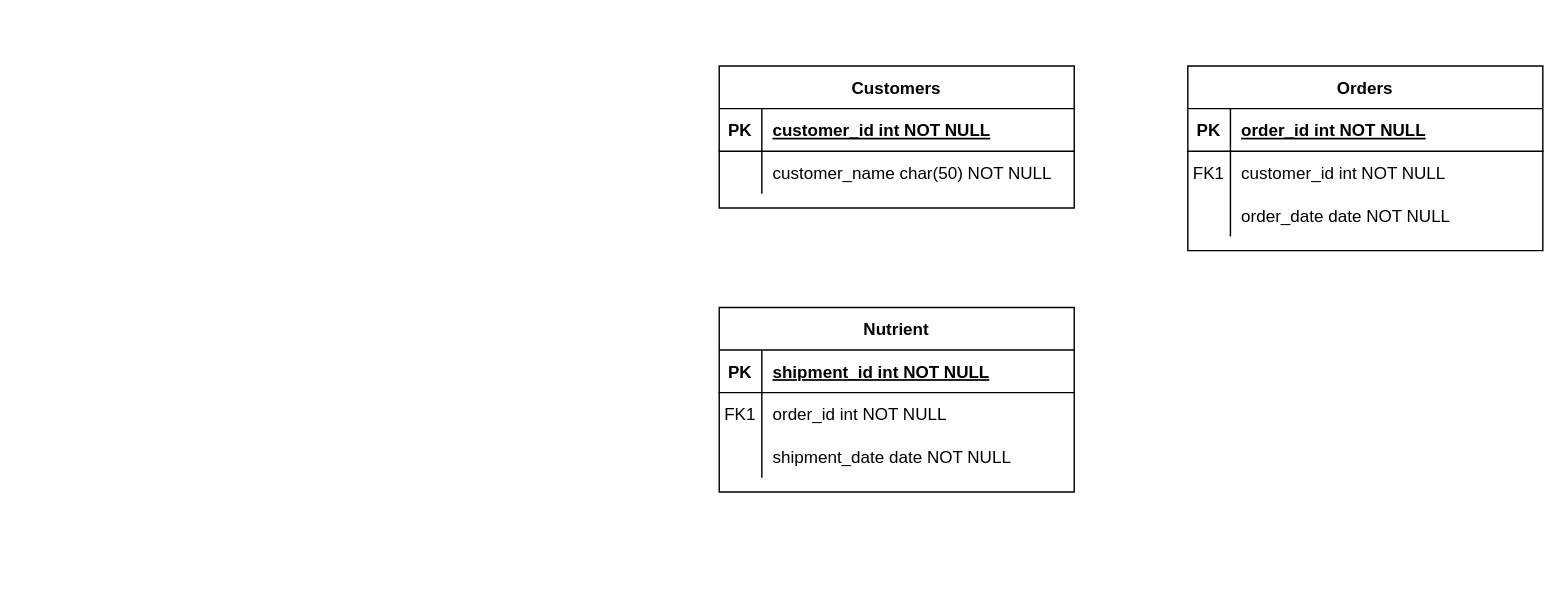
This is docs/Database Food.drawio from dod0lp/Food-Database, a draw.io file, before an edit. Source tidied: cells renumbered, new cells numbered last; positions are measured from the earlier drawing's top-left corner, leaving out a move shared by most shapes. Both pictures are drawn from the tidied source at 142%, with x=0, y=0 at pixel (719, 65).
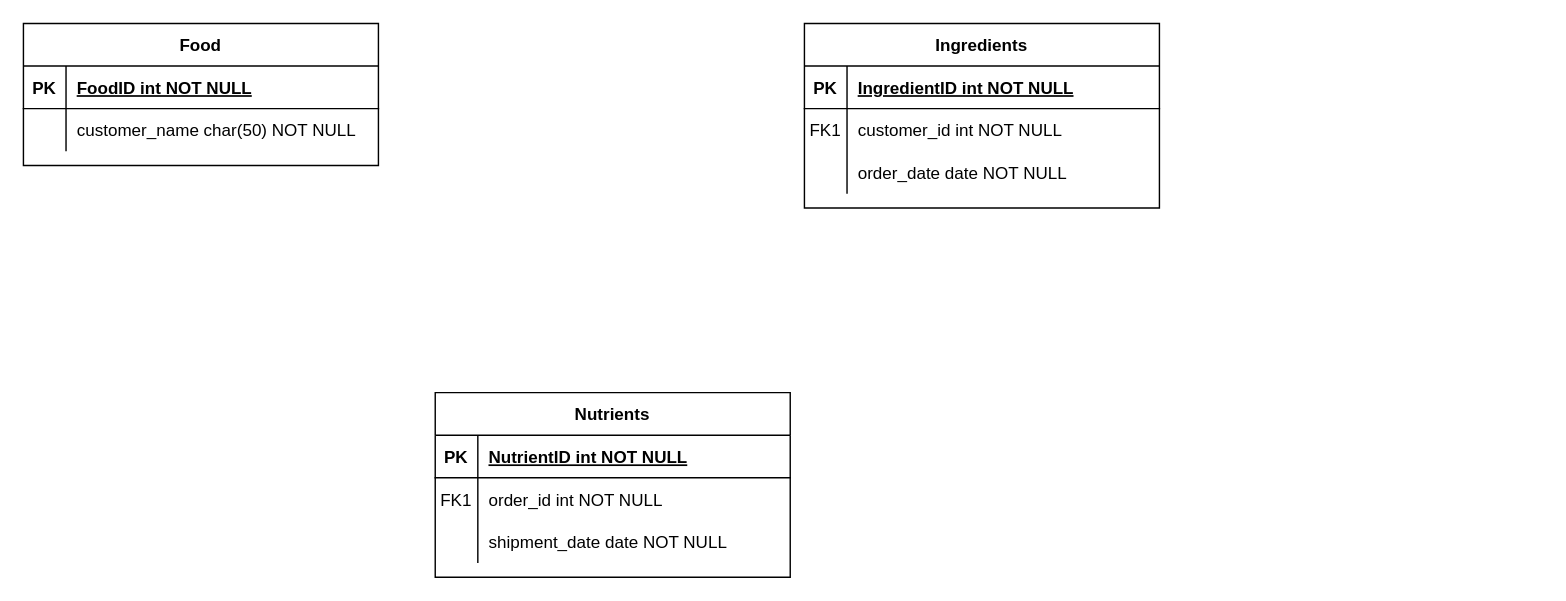
After the change.

Commit message:
Made Entity for each table

Unchanged cells that the change refers to:
```xml
<mxCell id="3" style="shape=partialRectangle;fillColor=none;top=0;left=0;right=0;bottom=1;" parent="2" vertex="1">
  <mxGeometry y="30" width="250" height="30" as="geometry" />
</mxCell>
<mxCell id="13" style="shape=partialRectangle;fillColor=none;top=0;left=0;right=0;bottom=1;" parent="12" vertex="1">
  <mxGeometry y="30" width="250" height="30" as="geometry" />
</mxCell>
<mxCell id="23" style="shape=partialRectangle;fillColor=none;top=0;left=0;right=0;bottom=1;" parent="22" vertex="1">
  <mxGeometry y="30" width="250" height="30" as="geometry" />
</mxCell>
```

Change to the diagram source:
```diff
@@
-    <mxCell id="2" value="Orders" style="shape=table;startSize=30;childLayout=tableLayout;rowLines=0;fontStyle=1;align=center;" parent="1" vertex="1">
-      <mxGeometry x="330" width="250" height="130" as="geometry" />
+    <mxCell id="2" value="Ingredients" style="shape=table;startSize=30;childLayout=tableLayout;rowLines=0;fontStyle=1;align=center;" parent="1" vertex="1">
+      <mxGeometry x="60" y="-30" width="250" height="130" as="geometry" />
     </mxCell>
@@
-    <mxCell id="5" value="order_id int NOT NULL " style="shape=partialRectangle;overflow=hidden;fillColor=none;top=0;left=0;bottom=0;right=0;align=left;spacingLeft=6;fontStyle=5;" parent="3" vertex="1">
+    <mxCell id="5" value="IngredientID int NOT NULL" style="shape=partialRectangle;overflow=hidden;fillColor=none;top=0;left=0;bottom=0;right=0;align=left;spacingLeft=6;fontStyle=5;" parent="3" vertex="1">
       <mxGeometry x="30" width="220" height="30" as="geometry" />
     </mxCell>
@@
-    <mxCell id="12" value="Nutrient" style="shape=table;startSize=30;childLayout=tableLayout;rowLines=0;fontStyle=1;align=center;" parent="1" vertex="1">
-      <mxGeometry y="170" width="250" height="130" as="geometry" />
+    <mxCell id="12" value="Nutrients" style="shape=table;startSize=30;childLayout=tableLayout;rowLines=0;fontStyle=1;align=center;" parent="1" vertex="1">
+      <mxGeometry x="-200" y="230" width="250" height="130" as="geometry" />
     </mxCell>
@@
-    <mxCell id="15" value="shipment_id int NOT NULL " style="shape=partialRectangle;overflow=hidden;fillColor=none;top=0;left=0;bottom=0;right=0;align=left;spacingLeft=6;fontStyle=5;" parent="13" vertex="1">
+    <mxCell id="15" value="NutrientID int NOT NULL " style="shape=partialRectangle;overflow=hidden;fillColor=none;top=0;left=0;bottom=0;right=0;align=left;spacingLeft=6;fontStyle=5;" parent="13" vertex="1">
       <mxGeometry x="30" width="220" height="30" as="geometry" />
     </mxCell>
@@
-    <mxCell id="22" value="Customers" style="shape=table;startSize=30;childLayout=tableLayout;rowLines=0;fontStyle=1;align=center;" parent="1" vertex="1">
-      <mxGeometry width="250" height="100" as="geometry" />
+    <mxCell id="22" value="Food" style="shape=table;startSize=30;childLayout=tableLayout;rowLines=0;fontStyle=1;align=center;" parent="1" vertex="1">
+      <mxGeometry x="-490" y="-30" width="250" height="100" as="geometry" />
     </mxCell>
@@
-    <mxCell id="25" value="customer_id int NOT NULL " style="shape=partialRectangle;overflow=hidden;fillColor=none;top=0;left=0;bottom=0;right=0;align=left;spacingLeft=6;fontStyle=5;" parent="23" vertex="1">
+    <mxCell id="25" value="FoodID int NOT NULL" style="shape=partialRectangle;overflow=hidden;fillColor=none;top=0;left=0;bottom=0;right=0;align=left;spacingLeft=6;fontStyle=5;" parent="23" vertex="1">
       <mxGeometry x="30" width="220" height="30" as="geometry" />
     </mxCell>
```
